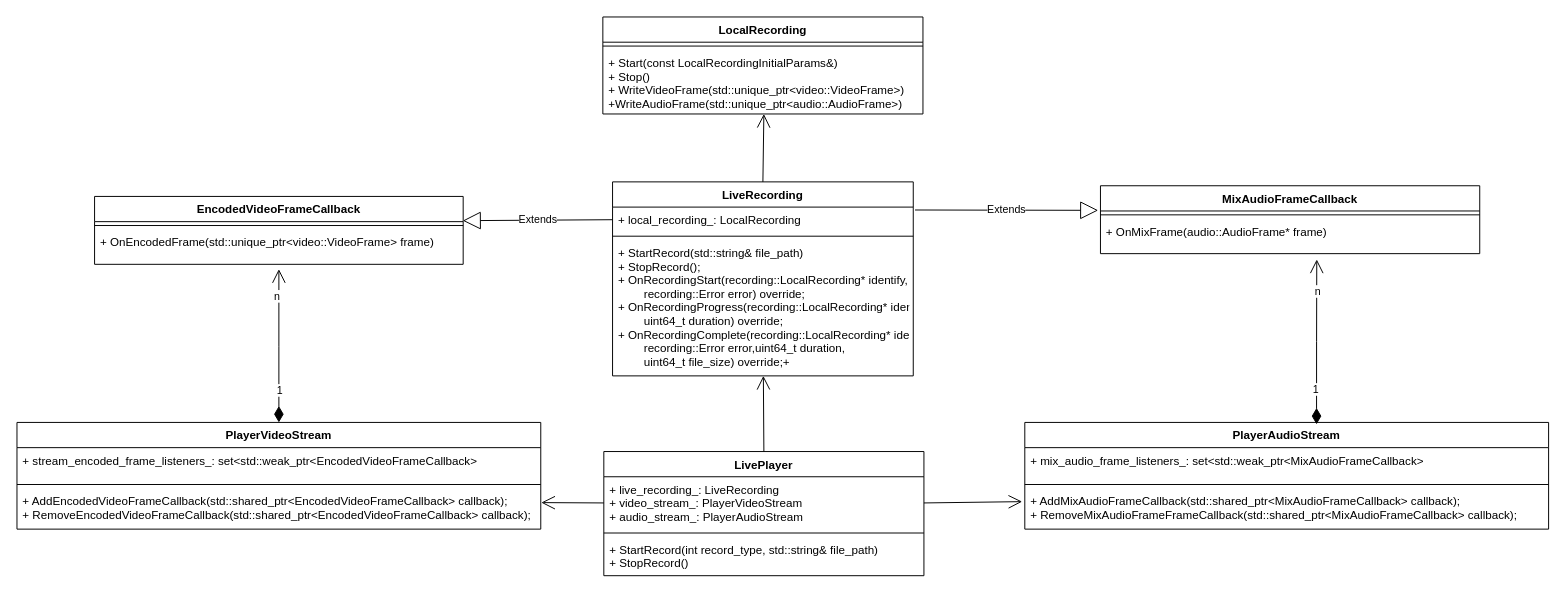
Above: diagrams/未命名绘图.drawio in paopaosecret/resources (draw.io), before the change. Source tidied: cells renumbered, new cells numbered last; positions are measured from the earlier drawing's top-left corner, leaving out a move shared by most shapes. Both pictures are drawn from the tidied source at 97%, with x=0, y=0 at pixel (16, 16).
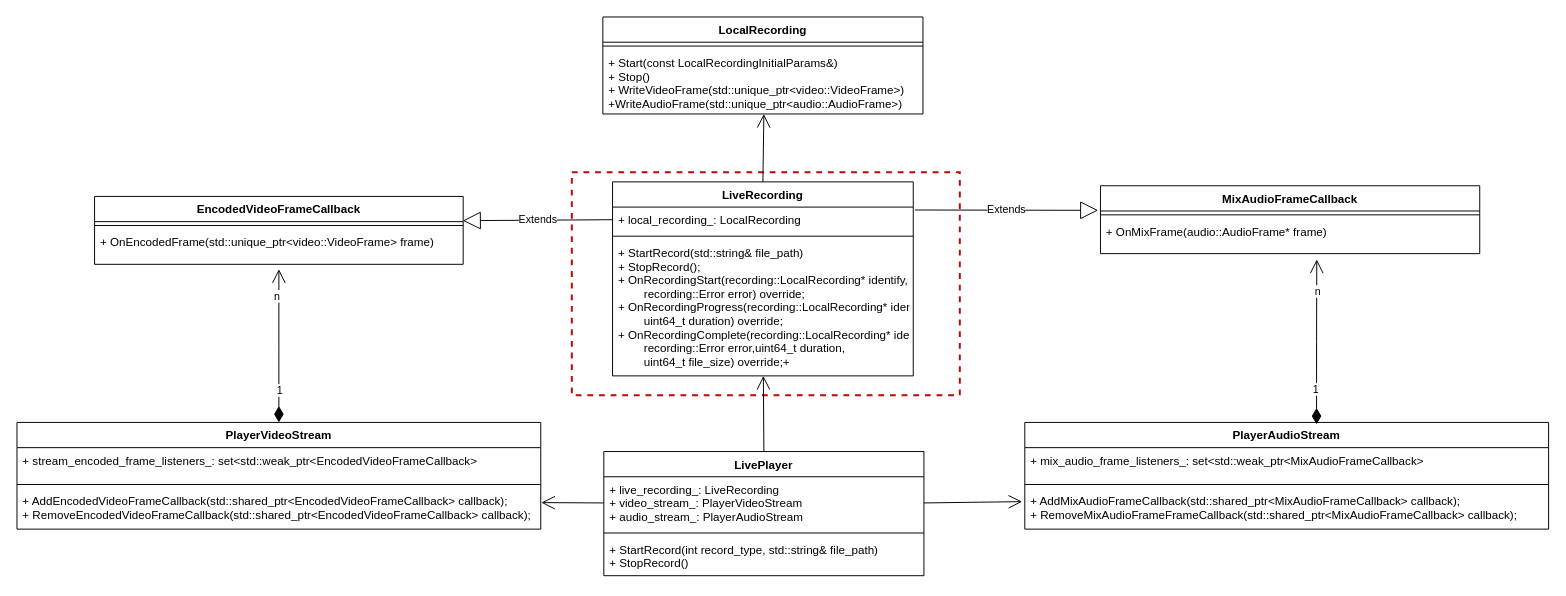
Above is the later version.

Commit message:
更新未命名绘图.drawio

What changed in the source:
```diff
@@
+    <mxCell id="39" style="rounded=0;whiteSpace=wrap;html=1;fillColor=#FFFFFF;strokeColor=#BF0606;strokeWidth=2;dashed=1;" parent="1" vertex="1">
+      <mxGeometry x="572" y="160" width="400" height="230" as="geometry" />
+    </mxCell>
```
